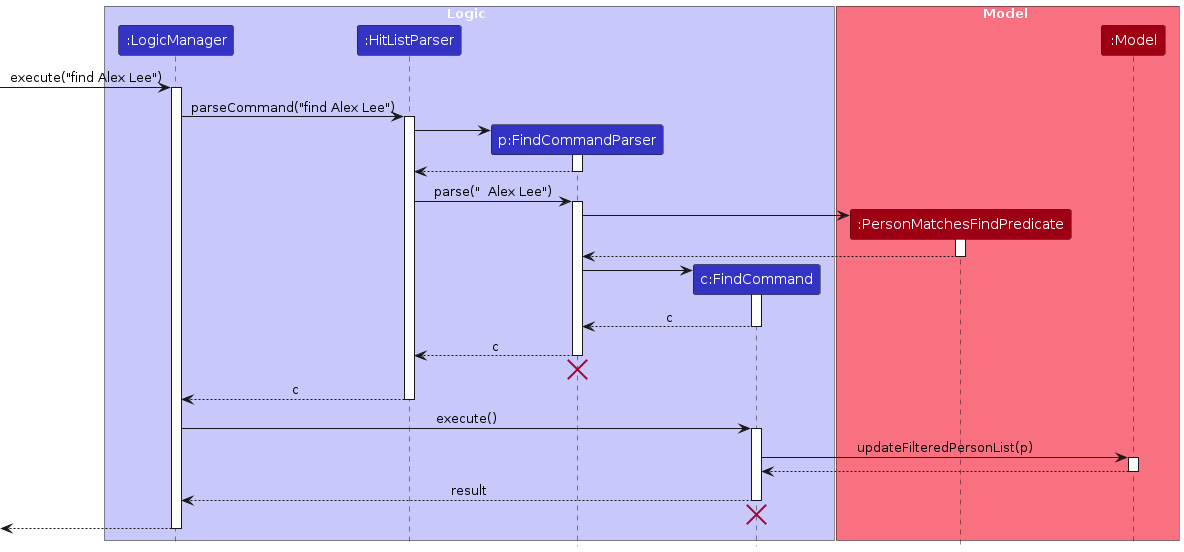
This is diagrams/find-person/PersonFindSequenceDiagram-Logic.png from AY2526S2-CS2103T-W11-2/tp, a PlantUML export, as it was before one commit. Its source is kept beside it as diagrams/find-person/PersonFindSequenceDiagram-Logic.puml. Source of this version:
```plantuml
@startuml
!include ../style.puml
skinparam ArrowFontStyle plain

box Logic LOGIC_COLOR_T1
participant ":LogicManager" as LogicManager LOGIC_COLOR
participant ":HitListParser" as HitListParser LOGIC_COLOR
participant "p:FindCommandParser" as FindCommandParser LOGIC_COLOR
participant "c:FindCommand" as FindCommand LOGIC_COLOR
end box

box Model MODEL_COLOR_T1
participant ":PersonMatchesFindPredicate" as Predicate MODEL_COLOR
participant ":Model" as Model MODEL_COLOR

end box

[-> LogicManager : execute("find Alex Lee")
activate LogicManager

LogicManager -> HitListParser : parseCommand("find Alex Lee")
activate HitListParser

create FindCommandParser
HitListParser -> FindCommandParser
activate FindCommandParser

FindCommandParser --> HitListParser
deactivate FindCommandParser

HitListParser -> FindCommandParser : parse("  Alex Lee")
activate FindCommandParser

create Predicate
FindCommandParser -> Predicate
activate Predicate

Predicate --> FindCommandParser
deactivate Predicate

create FindCommand
FindCommandParser -> FindCommand
activate FindCommand

FindCommand --> FindCommandParser : c
deactivate FindCommand

FindCommandParser --> HitListParser : c
deactivate FindCommandParser
FindCommandParser -[hidden]-> HitListParser
destroy FindCommandParser

HitListParser --> LogicManager : c
deactivate HitListParser

LogicManager -> FindCommand : execute()
activate FindCommand

FindCommand -> Model : updateFilteredPersonList(p)
activate Model

Model --> FindCommand
deactivate Model

FindCommand --> LogicManager : result
deactivate FindCommand
FindCommand -[hidden]-> LogicManager
destroy FindCommand


[<-- LogicManager
deactivate LogicManager
@enduml
```
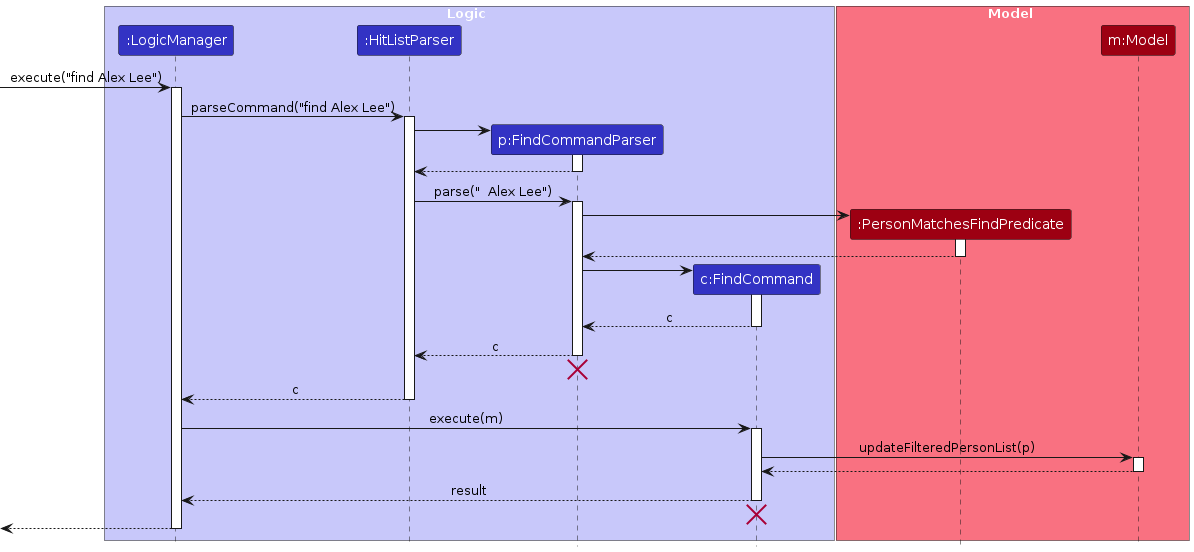
Later version of the same file.

Change to the diagram source:
```diff
@@ -11,7 +11,7 @@
 
 box Model MODEL_COLOR_T1
 participant ":PersonMatchesFindPredicate" as Predicate MODEL_COLOR
-participant ":Model" as Model MODEL_COLOR
+participant "m:Model" as Model MODEL_COLOR
 
 end box
 
@@ -53,7 +53,7 @@
 HitListParser --> LogicManager : c
 deactivate HitListParser
 
-LogicManager -> FindCommand : execute()
+LogicManager -> FindCommand : execute(m)
 activate FindCommand
 
 FindCommand -> Model : updateFilteredPersonList(p)
```
